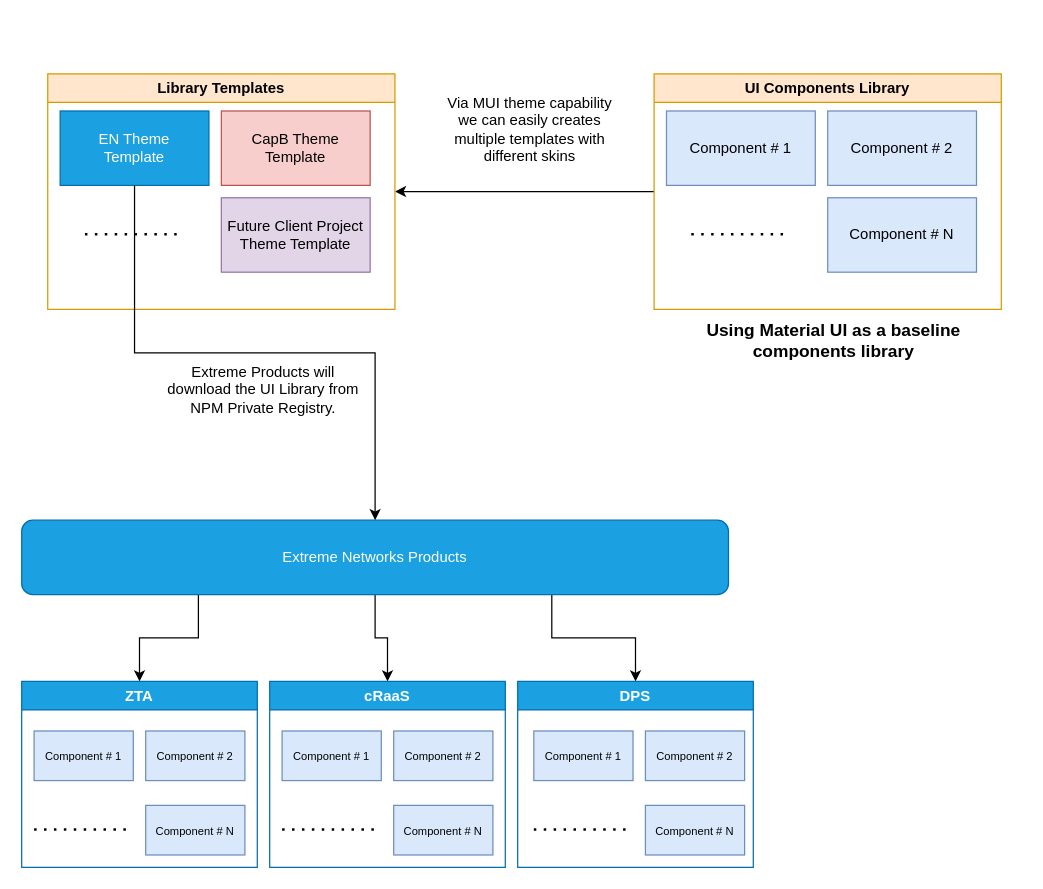
Earlier version of the draw.io diagram ui-components-library.drawio (jabir-hussain/clinic). Source tidied: cells renumbered, new cells numbered last; positions are measured from the earlier drawing's top-left corner, leaving out a move shared by most shapes. Both pictures are drawn from the tidied source at 124%, with x=0, y=0 at pixel (21, 73).
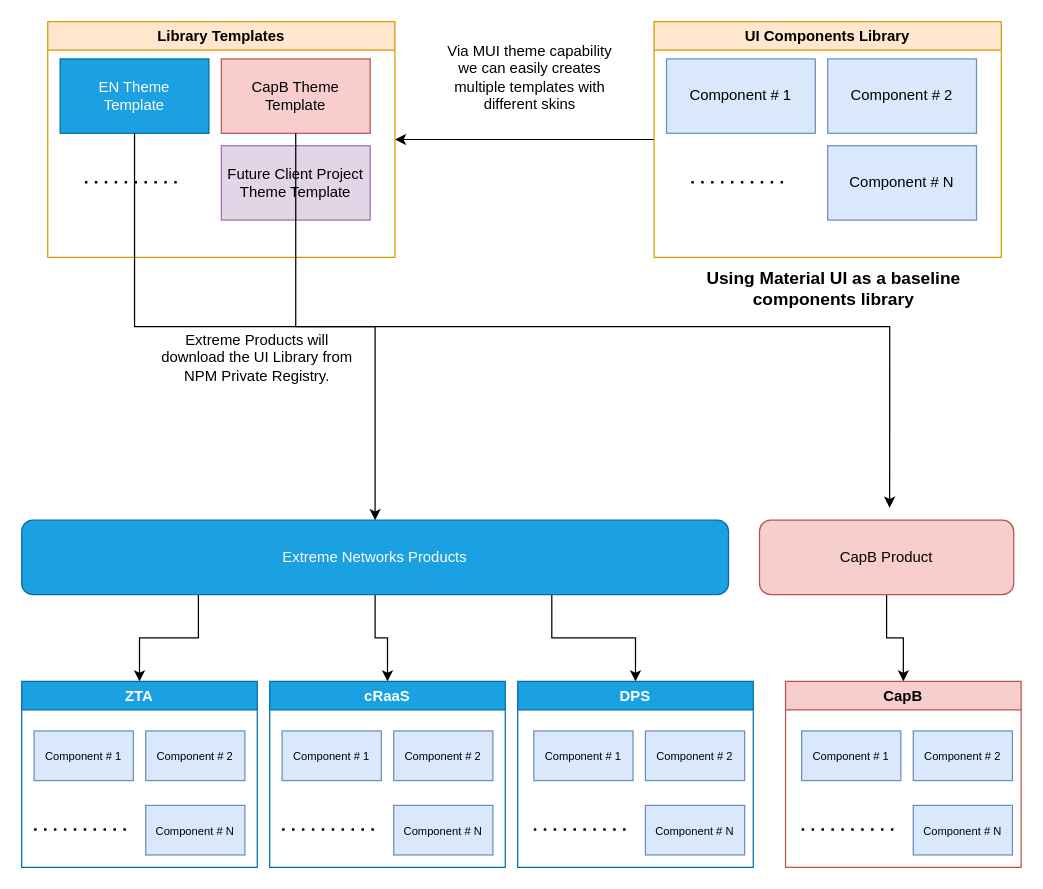
Above is the later version.

Unchanged cells that the change refers to:
```xml
<mxCell id="17" value="CapB Theme Template" style="rounded=0;whiteSpace=wrap;html=1;fillColor=#f8cecc;strokeColor=#b85450;" parent="15" vertex="1">
  <mxGeometry x="140" y="30" width="120" height="60" as="geometry" />
</mxCell>
```

Change to the diagram source:
```diff
@@
     <mxCell id="3" value="UI Components Library" style="swimlane;whiteSpace=wrap;html=1;fillColor=#ffe6cc;strokeColor=#d79b00;" parent="1" vertex="1">
-      <mxGeometry x="510" width="280" height="190" as="geometry" />
+      <mxGeometry x="510" y="-42" width="280" height="190" as="geometry" />
     </mxCell>
@@
     <mxCell id="15" value="Library Templates" style="swimlane;whiteSpace=wrap;html=1;fillColor=#ffe6cc;strokeColor=#d79b00;startSize=23;" parent="1" vertex="1">
-      <mxGeometry x="21" width="280" height="190" as="geometry" />
+      <mxGeometry x="21" y="-42" width="280" height="190" as="geometry" />
     </mxCell>
@@
     <mxCell id="21" value="Via MUI theme capability we can easily creates multiple templates with different skins" style="text;html=1;strokeColor=none;fillColor=none;align=center;verticalAlign=middle;whiteSpace=wrap;rounded=0;" parent="1" vertex="1">
-      <mxGeometry x="340" y="30" width="140" height="30" as="geometry" />
+      <mxGeometry x="340" y="-12" width="140" height="30" as="geometry" />
     </mxCell>
@@
     <mxCell id="34" value="Extreme Products will download the UI Library from NPM Private Registry." style="text;html=1;strokeColor=none;fillColor=none;align=center;verticalAlign=middle;whiteSpace=wrap;rounded=0;" parent="1" vertex="1">
-      <mxGeometry x="110" y="240" width="170" height="30" as="geometry" />
+      <mxGeometry x="105" y="214" width="170" height="30" as="geometry" />
     </mxCell>
     <mxCell id="35" value="&lt;font style=&quot;font-size: 14px;&quot;&gt;&lt;b&gt;Using Material UI as a baseline components library&lt;/b&gt;&lt;/font&gt;" style="text;html=1;strokeColor=none;fillColor=none;align=center;verticalAlign=middle;whiteSpace=wrap;rounded=0;" parent="1" vertex="1">
-      <mxGeometry x="540" y="200" width="230" height="30" as="geometry" />
+      <mxGeometry x="540" y="158" width="230" height="30" as="geometry" />
     </mxCell>
+    <mxCell id="36" style="edgeStyle=orthogonalEdgeStyle;rounded=0;jettySize=auto;html=1;exitX=0.5;exitY=1;exitDx=0;exitDy=0;entryX=0.5;entryY=0;entryDx=0;entryDy=0;" parent="1" edge="1" source="37" target="39">
+      <mxGeometry relative="1" as="geometry" />
+    </mxCell>
+    <mxCell id="37" value="CapB Product" style="rounded=1;whiteSpace=wrap;html=1;fillColor=#f8cecc;strokeColor=#b85450;" parent="1" vertex="1">
+      <mxGeometry x="595" y="360" width="205" height="60" as="geometry" />
+    </mxCell>
+    <mxCell id="38" style="edgeStyle=orthogonalEdgeStyle;rounded=0;jettySize=auto;html=1;exitX=0.5;exitY=1;exitDx=0;exitDy=0;entryX=0.512;entryY=-0.167;entryDx=0;entryDy=0;entryPerimeter=0;" parent="1" edge="1" source="17" target="37">
+      <mxGeometry relative="1" as="geometry" />
+    </mxCell>
+    <mxCell id="39" value="CapB" style="swimlane;whiteSpace=wrap;html=1;fillColor=#f8cecc;strokeColor=#b85450;" parent="1" vertex="1">
+      <mxGeometry x="616" y="490" width="190" height="150" as="geometry" />
+    </mxCell>
+    <mxCell id="40" value="&lt;font style=&quot;font-size: 9px;&quot;&gt;Component # 1&lt;/font&gt;" style="rounded=0;whiteSpace=wrap;html=1;fillColor=#dae8fc;strokeColor=#6c8ebf;" parent="1" vertex="1">
+      <mxGeometry x="629" y="530" width="80" height="40" as="geometry" />
+    </mxCell>
+    <mxCell id="41" style="endArrow=none;dashed=1;html=1;dashPattern=1 3;strokeWidth=2;rounded=0;" parent="1" edge="1">
+      <mxGeometry relative="1" as="geometry">
+        <mxPoint x="629" y="609.5" as="sourcePoint" />
+        <mxPoint x="709" y="609.5" as="targetPoint" />
+        <Array as="points">
+          <mxPoint x="669" y="609.5" />
+        </Array>
+      </mxGeometry>
+    </mxCell>
+    <mxCell id="42" value="&lt;font style=&quot;font-size: 9px;&quot;&gt;Component # 2&lt;/font&gt;" style="rounded=0;whiteSpace=wrap;html=1;fillColor=#dae8fc;strokeColor=#6c8ebf;" parent="1" vertex="1">
+      <mxGeometry x="719" y="530" width="80" height="40" as="geometry" />
+    </mxCell>
+    <mxCell id="43" value="&lt;font style=&quot;font-size: 9px;&quot;&gt;Component # N&lt;/font&gt;" style="rounded=0;whiteSpace=wrap;html=1;fillColor=#dae8fc;strokeColor=#6c8ebf;" parent="1" vertex="1">
+      <mxGeometry x="719" y="590" width="80" height="40" as="geometry" />
+    </mxCell>
```
